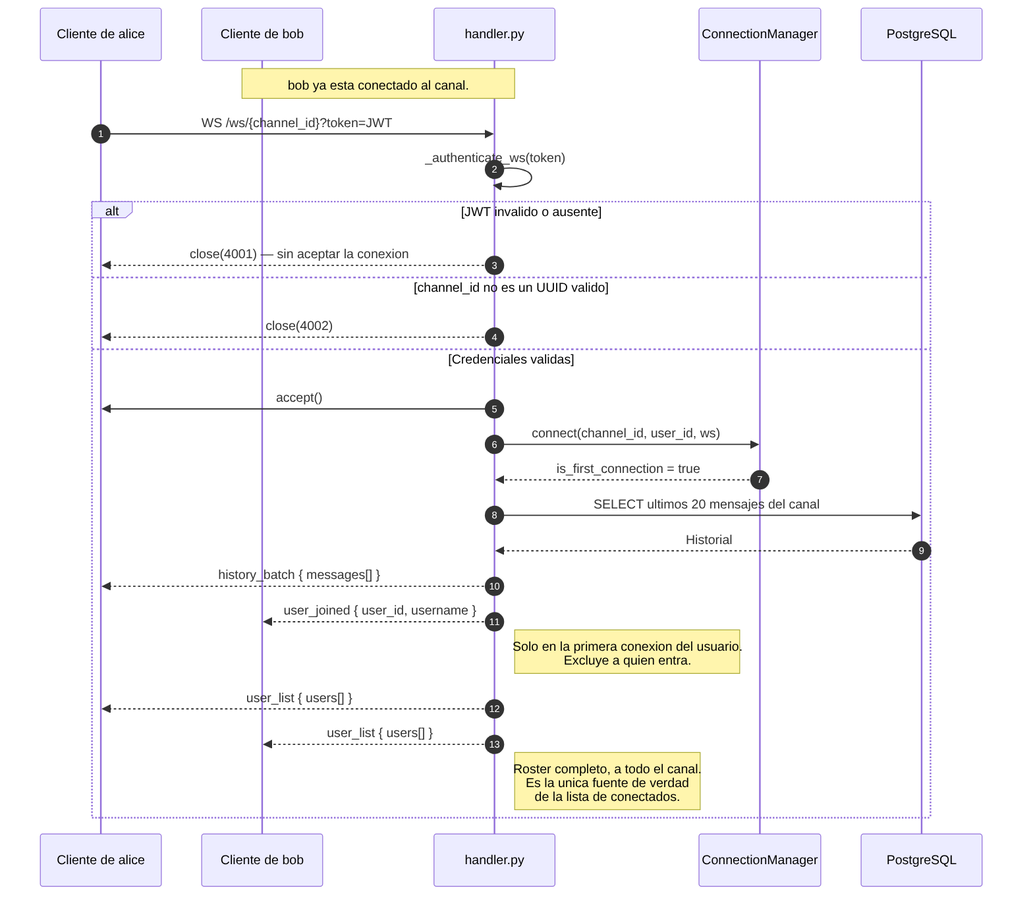
Earlier version of the Mermaid export docs/diagramas/out/04-secuencia-conexion-websocket.png (ErickCor24/ug-disc-chat). Its source is kept beside it as docs/diagramas/04-secuencia-conexion-websocket.mmd. The source it was exported from:
```mermaid
sequenceDiagram
    autonumber
    participant A as Cliente de alice
    participant B as Cliente de bob
    participant H as handler.py
    participant M as ConnectionManager
    participant DB as PostgreSQL

    Note over B,H: bob ya esta conectado al canal.

    A->>H: WS /ws/{channel_id}?token=JWT
    H->>H: _authenticate_ws(token)

    alt JWT invalido o ausente
        H-->>A: close(4001) — sin aceptar la conexion
    else channel_id no es un UUID valido
        H-->>A: close(4002)
    else Credenciales validas
        H->>A: accept()
        H->>M: connect(channel_id, user_id, ws)
        M-->>H: is_first_connection = true

        H->>DB: SELECT ultimos 20 mensajes del canal
        DB-->>H: Historial
        H-->>A: history_batch { messages[] }

        H-->>B: user_joined { user_id, username }
        Note right of H: Solo en la primera conexion del usuario.<br/>Excluye a quien entra.

        H-->>A: user_list { users[] }
        H-->>B: user_list { users[] }
        Note right of H: Roster completo, a todo el canal.<br/>Es la unica fuente de verdad<br/>de la lista de conectados.
    end
```
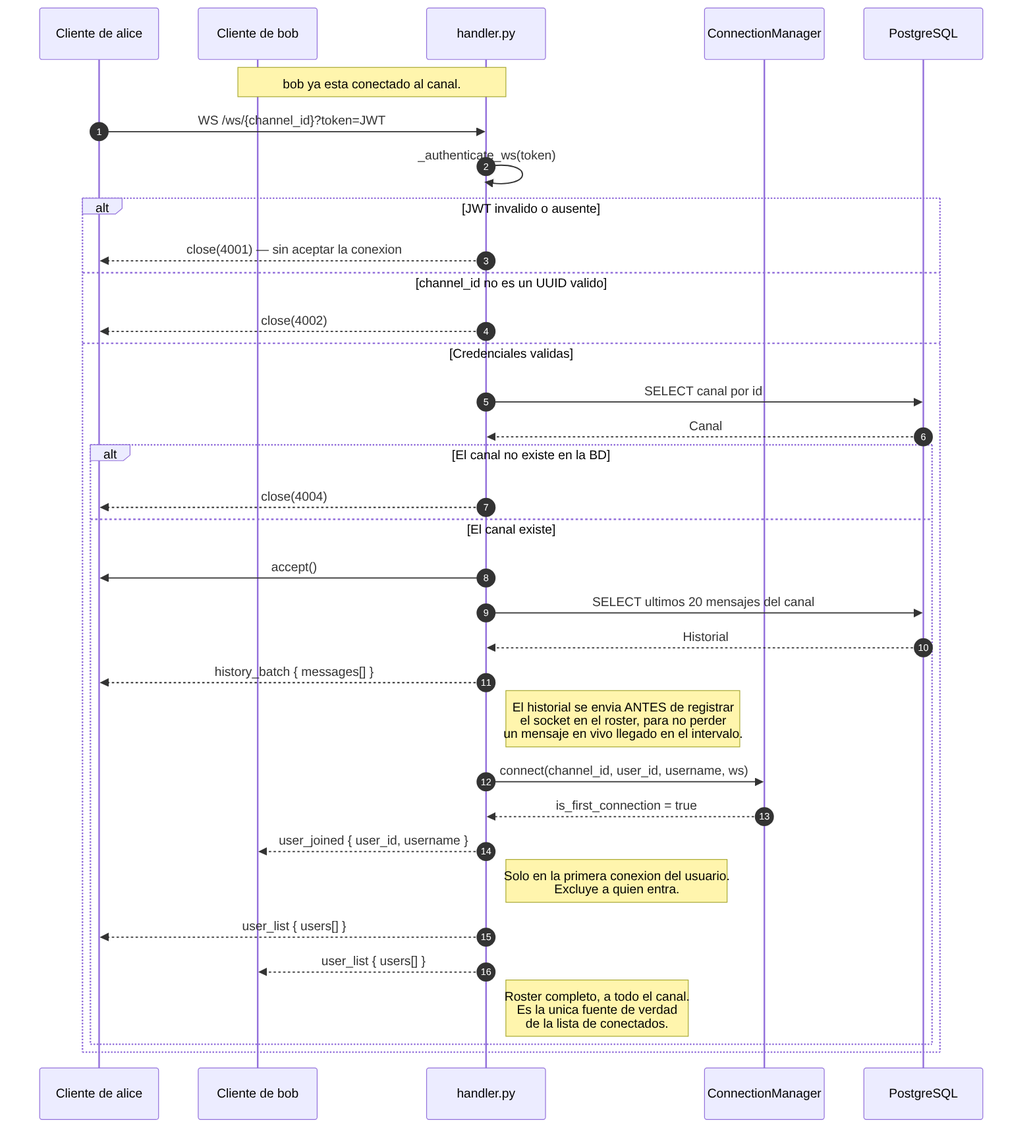
Later version of the same file.

Change to the diagram source:
```diff
@@ -16,18 +16,27 @@
     else channel_id no es un UUID valido
         H-->>A: close(4002)
     else Credenciales validas
-        H->>A: accept()
-        H->>M: connect(channel_id, user_id, ws)
-        M-->>H: is_first_connection = true
+        H->>DB: SELECT canal por id
+        DB-->>H: Canal
 
-        H->>DB: SELECT ultimos 20 mensajes del canal
-        DB-->>H: Historial
-        H-->>A: history_batch { messages[] }
+        alt El canal no existe en la BD
+            H-->>A: close(4004)
+        else El canal existe
+            H->>A: accept()
 
-        H-->>B: user_joined { user_id, username }
-        Note right of H: Solo en la primera conexion del usuario.<br/>Excluye a quien entra.
+            H->>DB: SELECT ultimos 20 mensajes del canal
+            DB-->>H: Historial
+            H-->>A: history_batch { messages[] }
+            Note right of H: El historial se envia ANTES de registrar<br/>el socket en el roster, para no perder<br/>un mensaje en vivo llegado en el intervalo.
 
-        H-->>A: user_list { users[] }
-        H-->>B: user_list { users[] }
-        Note right of H: Roster completo, a todo el canal.<br/>Es la unica fuente de verdad<br/>de la lista de conectados.
+            H->>M: connect(channel_id, user_id, username, ws)
+            M-->>H: is_first_connection = true
+
+            H-->>B: user_joined { user_id, username }
+            Note right of H: Solo en la primera conexion del usuario.<br/>Excluye a quien entra.
+
+            H-->>A: user_list { users[] }
+            H-->>B: user_list { users[] }
+            Note right of H: Roster completo, a todo el canal.<br/>Es la unica fuente de verdad<br/>de la lista de conectados.
+        end
     end
```
